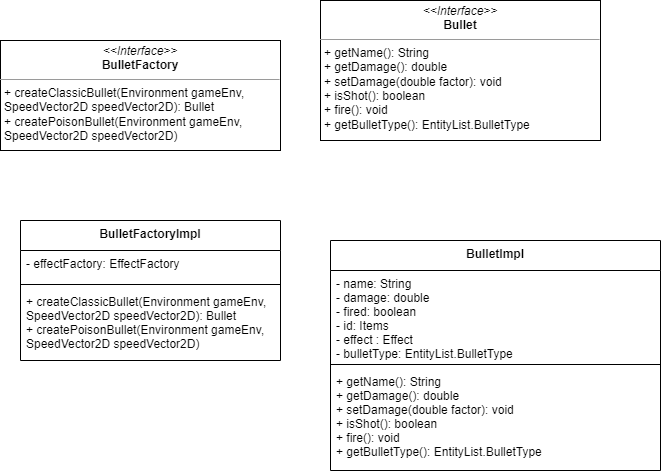
Earlier version of the draw.io export Documentation/relazione/img/Bullet.png (Pensilina14/bullet-ballet). Source tidied: cells renumbered, new cells last; positions are measured from the earlier drawing's top-left corner, leaving out a move shared by most shapes. The source it was exported from:
```xml
<mxGraphModel>
  <root>
    <mxCell id="0" />
    <mxCell id="1" parent="0" />
    <mxCell id="2" value="BulletImpl" style="swimlane;fontStyle=1;align=center;verticalAlign=top;horizontal=1;startSize=30;" parent="1" vertex="1">
      <mxGeometry x="330" y="240" width="330" height="230" as="geometry" />
    </mxCell>
    <mxCell id="3" value="- name: String&#10;- damage: double&#10;- fired: boolean&#10;- id: Items&#10;- effect : Effect&#10;- bulletType: EntityList.BulletType" style="text;strokeColor=none;fillColor=none;align=left;verticalAlign=top;spacingLeft=4;spacingRight=4;overflow=hidden;" parent="2" vertex="1">
      <mxGeometry y="30" width="330" height="90" as="geometry" />
    </mxCell>
    <mxCell id="4" style="line;strokeWidth=1;fillColor=none;align=left;verticalAlign=middle;spacingTop=-1;spacingLeft=3;spacingRight=3;labelPosition=right;" parent="2" vertex="1">
      <mxGeometry y="120" width="330" height="8" as="geometry" />
    </mxCell>
    <mxCell id="5" value="+ getName(): String&#10;+ getDamage(): double&#10;+ setDamage(double factor): void&#10;+ isShot(): boolean&#10;+ fire(): void&#10;+ getBulletType(): EntityList.BulletType" style="text;strokeColor=none;fillColor=none;align=left;verticalAlign=top;spacingLeft=4;spacingRight=4;overflow=hidden;" parent="2" vertex="1">
      <mxGeometry y="128" width="330" height="102" as="geometry" />
    </mxCell>
    <mxCell id="6" value="&lt;p style=&quot;margin: 0px ; margin-top: 4px ; text-align: center&quot;&gt;&lt;i&gt;&amp;lt;&amp;lt;Interface&amp;gt;&amp;gt;&lt;/i&gt;&lt;br&gt;&lt;b&gt;Bullet&lt;/b&gt;&lt;/p&gt;&lt;hr size=&quot;1&quot;&gt;&lt;p style=&quot;margin: 0px ; margin-left: 4px&quot;&gt;+ getName(): String&lt;br&gt;&lt;/p&gt;&lt;p style=&quot;margin: 0px ; margin-left: 4px&quot;&gt;+ getDamage(): double&lt;/p&gt;&lt;p style=&quot;margin: 0px ; margin-left: 4px&quot;&gt;+ setDamage(double factor): void&lt;/p&gt;&lt;p style=&quot;margin: 0px ; margin-left: 4px&quot;&gt;+ isShot(): boolean&lt;/p&gt;&lt;p style=&quot;margin: 0px ; margin-left: 4px&quot;&gt;+ fire(): void&lt;/p&gt;&lt;p style=&quot;margin: 0px ; margin-left: 4px&quot;&gt;+ getBulletType(): EntityList.BulletType&lt;/p&gt;" style="verticalAlign=top;align=left;overflow=fill;fontSize=12;fontFamily=Helvetica;html=1;" parent="1" vertex="1">
      <mxGeometry x="320" width="280" height="140" as="geometry" />
    </mxCell>
    <mxCell id="7" value="&lt;p style=&quot;margin: 0px ; margin-top: 4px ; text-align: center&quot;&gt;&lt;i&gt;&amp;lt;&amp;lt;Interface&amp;gt;&amp;gt;&lt;/i&gt;&lt;br&gt;&lt;b&gt;BulletFactory&lt;/b&gt;&lt;/p&gt;&lt;hr size=&quot;1&quot;&gt;&lt;p style=&quot;margin: 0px ; margin-left: 4px&quot;&gt;&lt;span&gt;+ createClassicBullet(&lt;/span&gt;&lt;span&gt;Environment gameEnv,&amp;nbsp;&lt;/span&gt;&lt;br&gt;&lt;/p&gt;&lt;p style=&quot;margin: 0px 0px 0px 4px&quot;&gt;SpeedVector2D speedVector2D): Bullet&lt;/p&gt;&lt;p style=&quot;margin: 0px 0px 0px 4px&quot;&gt;+ createPoisonBullet(&lt;span&gt;Environment gameEnv,&amp;nbsp;&lt;/span&gt;&lt;/p&gt;&lt;p style=&quot;margin: 0px 0px 0px 4px&quot;&gt;&lt;span&gt;SpeedVector2D speedVector2D&lt;/span&gt;)&lt;/p&gt;" style="verticalAlign=top;align=left;overflow=fill;fontSize=12;fontFamily=Helvetica;html=1;" parent="1" vertex="1">
      <mxGeometry y="40" width="280" height="110" as="geometry" />
    </mxCell>
    <mxCell id="8" value="BulletFactoryImpl" style="swimlane;fontStyle=1;align=center;verticalAlign=top;horizontal=1;startSize=30;" parent="1" vertex="1">
      <mxGeometry x="20" y="220" width="260" height="140" as="geometry" />
    </mxCell>
    <mxCell id="9" value="- effectFactory: EffectFactory" style="text;strokeColor=none;fillColor=none;align=left;verticalAlign=top;spacingLeft=4;spacingRight=4;overflow=hidden;" parent="8" vertex="1">
      <mxGeometry y="30" width="260" height="30" as="geometry" />
    </mxCell>
    <mxCell id="10" style="line;strokeWidth=1;fillColor=none;align=left;verticalAlign=middle;spacingTop=-1;spacingLeft=3;spacingRight=3;labelPosition=right;" parent="8" vertex="1">
      <mxGeometry y="60" width="260" height="8" as="geometry" />
    </mxCell>
    <mxCell id="11" value="+ createClassicBullet(Environment gameEnv, &#10;SpeedVector2D speedVector2D): Bullet&#10;+ createPoisonBullet(Environment gameEnv, &#10;SpeedVector2D speedVector2D)" style="text;strokeColor=none;fillColor=none;align=left;verticalAlign=top;spacingLeft=4;spacingRight=4;overflow=hidden;" parent="8" vertex="1">
      <mxGeometry y="68" width="260" height="72" as="geometry" />
    </mxCell>
  </root>
</mxGraphModel>
```
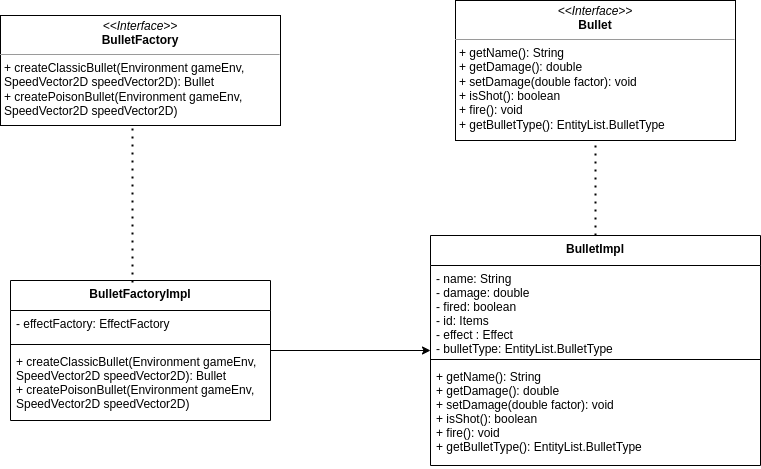
Above is the later version.

The edit, as a diff of the source:
```diff
@@ -1,9 +1,9 @@
 <mxGraphModel>
   <root>
-    <mxCell id="0" />
-    <mxCell id="1" parent="0" />
+    <mxCell id="12" />
+    <mxCell id="13" parent="12" />
-    <mxCell id="2" value="BulletImpl" style="swimlane;fontStyle=1;align=center;verticalAlign=top;horizontal=1;startSize=30;" parent="1" vertex="1">
-      <mxGeometry x="330" y="240" width="330" height="230" as="geometry" />
+    <mxCell id="2" value="BulletImpl" style="swimlane;fontStyle=1;align=center;verticalAlign=top;horizontal=1;startSize=30;" parent="13" vertex="1">
+      <mxGeometry x="450" y="220" width="330" height="230" as="geometry" />
     </mxCell>
     <mxCell id="3" value="- name: String&#10;- damage: double&#10;- fired: boolean&#10;- id: Items&#10;- effect : Effect&#10;- bulletType: EntityList.BulletType" style="text;strokeColor=none;fillColor=none;align=left;verticalAlign=top;spacingLeft=4;spacingRight=4;overflow=hidden;" parent="2" vertex="1">
       <mxGeometry y="30" width="330" height="90" as="geometry" />
@@ -14,14 +14,14 @@
     <mxCell id="5" value="+ getName(): String&#10;+ getDamage(): double&#10;+ setDamage(double factor): void&#10;+ isShot(): boolean&#10;+ fire(): void&#10;+ getBulletType(): EntityList.BulletType" style="text;strokeColor=none;fillColor=none;align=left;verticalAlign=top;spacingLeft=4;spacingRight=4;overflow=hidden;" parent="2" vertex="1">
       <mxGeometry y="128" width="330" height="102" as="geometry" />
     </mxCell>
-    <mxCell id="6" value="&lt;p style=&quot;margin: 0px ; margin-top: 4px ; text-align: center&quot;&gt;&lt;i&gt;&amp;lt;&amp;lt;Interface&amp;gt;&amp;gt;&lt;/i&gt;&lt;br&gt;&lt;b&gt;Bullet&lt;/b&gt;&lt;/p&gt;&lt;hr size=&quot;1&quot;&gt;&lt;p style=&quot;margin: 0px ; margin-left: 4px&quot;&gt;+ getName(): String&lt;br&gt;&lt;/p&gt;&lt;p style=&quot;margin: 0px ; margin-left: 4px&quot;&gt;+ getDamage(): double&lt;/p&gt;&lt;p style=&quot;margin: 0px ; margin-left: 4px&quot;&gt;+ setDamage(double factor): void&lt;/p&gt;&lt;p style=&quot;margin: 0px ; margin-left: 4px&quot;&gt;+ isShot(): boolean&lt;/p&gt;&lt;p style=&quot;margin: 0px ; margin-left: 4px&quot;&gt;+ fire(): void&lt;/p&gt;&lt;p style=&quot;margin: 0px ; margin-left: 4px&quot;&gt;+ getBulletType(): EntityList.BulletType&lt;/p&gt;" style="verticalAlign=top;align=left;overflow=fill;fontSize=12;fontFamily=Helvetica;html=1;" parent="1" vertex="1">
-      <mxGeometry x="320" width="280" height="140" as="geometry" />
+    <mxCell id="6" value="&lt;p style=&quot;margin: 0px ; margin-top: 4px ; text-align: center&quot;&gt;&lt;i&gt;&amp;lt;&amp;lt;Interface&amp;gt;&amp;gt;&lt;/i&gt;&lt;br&gt;&lt;b&gt;Bullet&lt;/b&gt;&lt;/p&gt;&lt;hr size=&quot;1&quot;&gt;&lt;p style=&quot;margin: 0px ; margin-left: 4px&quot;&gt;+ getName(): String&lt;br&gt;&lt;/p&gt;&lt;p style=&quot;margin: 0px ; margin-left: 4px&quot;&gt;+ getDamage(): double&lt;/p&gt;&lt;p style=&quot;margin: 0px ; margin-left: 4px&quot;&gt;+ setDamage(double factor): void&lt;/p&gt;&lt;p style=&quot;margin: 0px ; margin-left: 4px&quot;&gt;+ isShot(): boolean&lt;/p&gt;&lt;p style=&quot;margin: 0px ; margin-left: 4px&quot;&gt;+ fire(): void&lt;/p&gt;&lt;p style=&quot;margin: 0px ; margin-left: 4px&quot;&gt;+ getBulletType(): EntityList.BulletType&lt;/p&gt;" style="verticalAlign=top;align=left;overflow=fill;fontSize=12;fontFamily=Helvetica;html=1;" parent="13" vertex="1">
+      <mxGeometry x="475" y="-15" width="280" height="140" as="geometry" />
     </mxCell>
-    <mxCell id="7" value="&lt;p style=&quot;margin: 0px ; margin-top: 4px ; text-align: center&quot;&gt;&lt;i&gt;&amp;lt;&amp;lt;Interface&amp;gt;&amp;gt;&lt;/i&gt;&lt;br&gt;&lt;b&gt;BulletFactory&lt;/b&gt;&lt;/p&gt;&lt;hr size=&quot;1&quot;&gt;&lt;p style=&quot;margin: 0px ; margin-left: 4px&quot;&gt;&lt;span&gt;+ createClassicBullet(&lt;/span&gt;&lt;span&gt;Environment gameEnv,&amp;nbsp;&lt;/span&gt;&lt;br&gt;&lt;/p&gt;&lt;p style=&quot;margin: 0px 0px 0px 4px&quot;&gt;SpeedVector2D speedVector2D): Bullet&lt;/p&gt;&lt;p style=&quot;margin: 0px 0px 0px 4px&quot;&gt;+ createPoisonBullet(&lt;span&gt;Environment gameEnv,&amp;nbsp;&lt;/span&gt;&lt;/p&gt;&lt;p style=&quot;margin: 0px 0px 0px 4px&quot;&gt;&lt;span&gt;SpeedVector2D speedVector2D&lt;/span&gt;)&lt;/p&gt;" style="verticalAlign=top;align=left;overflow=fill;fontSize=12;fontFamily=Helvetica;html=1;" parent="1" vertex="1">
-      <mxGeometry y="40" width="280" height="110" as="geometry" />
+    <mxCell id="7" value="&lt;p style=&quot;margin: 0px ; margin-top: 4px ; text-align: center&quot;&gt;&lt;i&gt;&amp;lt;&amp;lt;Interface&amp;gt;&amp;gt;&lt;/i&gt;&lt;br&gt;&lt;b&gt;BulletFactory&lt;/b&gt;&lt;/p&gt;&lt;hr size=&quot;1&quot;&gt;&lt;p style=&quot;margin: 0px ; margin-left: 4px&quot;&gt;&lt;span&gt;+ createClassicBullet(&lt;/span&gt;&lt;span&gt;Environment gameEnv,&amp;nbsp;&lt;/span&gt;&lt;br&gt;&lt;/p&gt;&lt;p style=&quot;margin: 0px 0px 0px 4px&quot;&gt;SpeedVector2D speedVector2D): Bullet&lt;/p&gt;&lt;p style=&quot;margin: 0px 0px 0px 4px&quot;&gt;+ createPoisonBullet(&lt;span&gt;Environment gameEnv,&amp;nbsp;&lt;/span&gt;&lt;/p&gt;&lt;p style=&quot;margin: 0px 0px 0px 4px&quot;&gt;&lt;span&gt;SpeedVector2D speedVector2D&lt;/span&gt;)&lt;/p&gt;" style="verticalAlign=top;align=left;overflow=fill;fontSize=12;fontFamily=Helvetica;html=1;" parent="13" vertex="1">
+      <mxGeometry x="20" width="280" height="110" as="geometry" />
     </mxCell>
-    <mxCell id="8" value="BulletFactoryImpl" style="swimlane;fontStyle=1;align=center;verticalAlign=top;horizontal=1;startSize=30;" parent="1" vertex="1">
-      <mxGeometry x="20" y="220" width="260" height="140" as="geometry" />
+    <mxCell id="8" value="BulletFactoryImpl" style="swimlane;fontStyle=1;align=center;verticalAlign=top;horizontal=1;startSize=30;" parent="13" vertex="1">
+      <mxGeometry x="30" y="265" width="260" height="140" as="geometry" />
     </mxCell>
     <mxCell id="9" value="- effectFactory: EffectFactory" style="text;strokeColor=none;fillColor=none;align=left;verticalAlign=top;spacingLeft=4;spacingRight=4;overflow=hidden;" parent="8" vertex="1">
       <mxGeometry y="30" width="260" height="30" as="geometry" />
@@ -32,5 +32,14 @@
     <mxCell id="11" value="+ createClassicBullet(Environment gameEnv, &#10;SpeedVector2D speedVector2D): Bullet&#10;+ createPoisonBullet(Environment gameEnv, &#10;SpeedVector2D speedVector2D)" style="text;strokeColor=none;fillColor=none;align=left;verticalAlign=top;spacingLeft=4;spacingRight=4;overflow=hidden;" parent="8" vertex="1">
       <mxGeometry y="68" width="260" height="72" as="geometry" />
     </mxCell>
+    <mxCell id="14" style="endArrow=classic;html=1;rounded=0;" parent="13" edge="1" source="8" target="2">
+      <mxGeometry relative="1" as="geometry" />
+    </mxCell>
+    <mxCell id="15" style="endArrow=none;dashed=1;html=1;dashPattern=1 3;strokeWidth=2;rounded=0;entryX=0.5;entryY=1;entryDx=0;entryDy=0;exitX=0.5;exitY=0;exitDx=0;exitDy=0;" parent="13" edge="1" source="2" target="6">
+      <mxGeometry relative="1" as="geometry" />
+    </mxCell>
+    <mxCell id="16" style="endArrow=none;dashed=1;html=1;dashPattern=1 3;strokeWidth=2;rounded=0;entryX=0.471;entryY=1.009;entryDx=0;entryDy=0;exitX=0.469;exitY=0.014;exitDx=0;exitDy=0;entryPerimeter=0;exitPerimeter=0;" parent="13" edge="1" source="8" target="7">
+      <mxGeometry relative="1" as="geometry" />
+    </mxCell>
   </root>
 </mxGraphModel>
```
